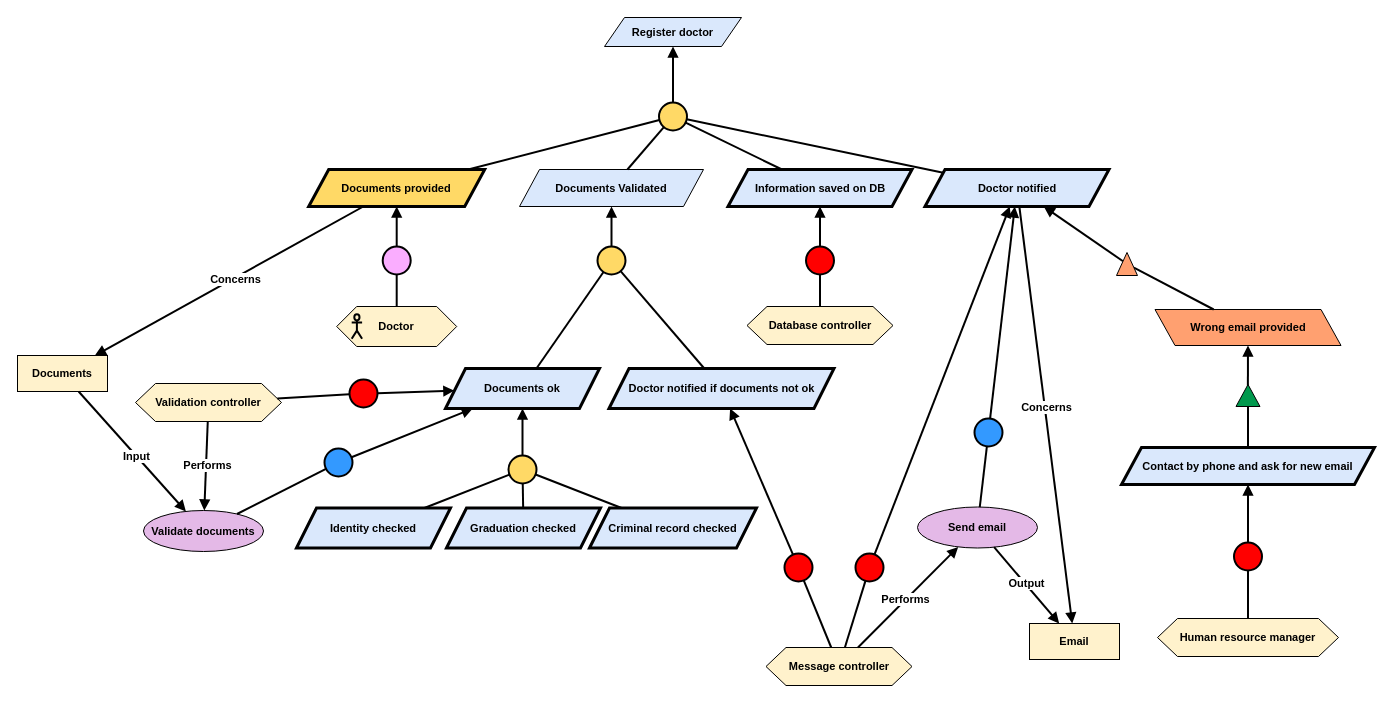
Before: Kaos/KAOS 2.drawio in RafaelCMira/myclinic-msp-project, a draw.io diagram. Source tidied: cells renumbered, new cells numbered last; positions are measured from the earlier drawing's top-left corner, leaving out a move shared by most shapes. Both pictures are drawn from the tidied source at 100%, with x=0, y=0 at pixel (17, 17).
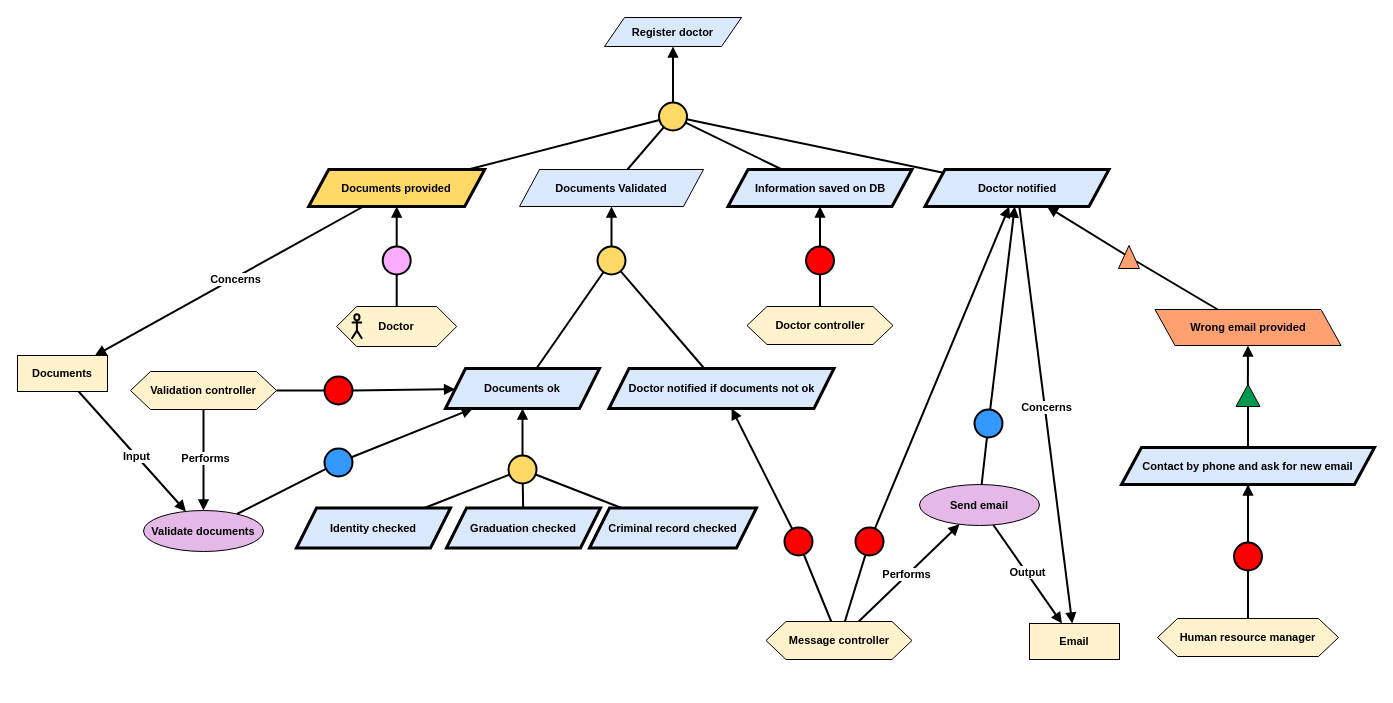
Above is the later version.

Change to the diagram source:
```diff
@@
     <mxCell id="15" value="&lt;div&gt;&lt;b&gt;Validation controller&lt;/b&gt;&lt;/div&gt;" style="shape=hexagon;perimeter=hexagonPerimeter2;whiteSpace=wrap;html=1;fixedSize=1;fillColor=#FFF2CC;fontFamily=Helvetica;fontSize=11;fontColor=default;labelBackgroundColor=none;" parent="1" vertex="1">
-      <mxGeometry x="118" y="366" width="146" height="38" as="geometry" />
+      <mxGeometry x="113" y="354" width="146" height="38" as="geometry" />
     </mxCell>
     <mxCell id="16" value="&lt;div&gt;&lt;b&gt;Message controller&lt;/b&gt;&lt;/div&gt;" style="shape=hexagon;perimeter=hexagonPerimeter2;whiteSpace=wrap;html=1;fixedSize=1;fillColor=#FFF2CC;fontFamily=Helvetica;fontSize=11;fontColor=default;labelBackgroundColor=none;" parent="1" vertex="1">
-      <mxGeometry x="748.5" y="630" width="146" height="38" as="geometry" />
+      <mxGeometry x="748.5" y="604" width="146" height="38" as="geometry" />
     </mxCell>
     <mxCell id="17" style="ellipse;whiteSpace=wrap;html=1;fillColor=#FF0000;strokeWidth=2;" parent="1" vertex="1">
-      <mxGeometry x="767" y="536" width="28" height="28" as="geometry" />
+      <mxGeometry x="767" y="510" width="28" height="28" as="geometry" />
     </mxCell>
@@
     <mxCell id="38" style="ellipse;whiteSpace=wrap;html=1;fillColor=#FF0000;strokeWidth=2;" parent="1" vertex="1">
-      <mxGeometry x="838" y="536" width="28" height="28" as="geometry" />
+      <mxGeometry x="838" y="510" width="28" height="28" as="geometry" />
     </mxCell>
@@
-    <mxCell id="41" value="&lt;div&gt;&lt;b&gt;Database controller&lt;/b&gt;&lt;/div&gt;" style="shape=hexagon;perimeter=hexagonPerimeter2;whiteSpace=wrap;html=1;fixedSize=1;fillColor=#FFF2CC;fontFamily=Helvetica;fontSize=11;fontColor=default;labelBackgroundColor=none;" parent="1" vertex="1">
+    <mxCell id="41" value="&lt;div&gt;&lt;b&gt;Doctor controller&lt;/b&gt;&lt;/div&gt;" style="shape=hexagon;perimeter=hexagonPerimeter2;whiteSpace=wrap;html=1;fixedSize=1;fillColor=#FFF2CC;fontFamily=Helvetica;fontSize=11;fontColor=default;labelBackgroundColor=none;" parent="1" vertex="1">
       <mxGeometry x="729.5" y="289" width="146" height="38" as="geometry" />
     </mxCell>
@@
     <mxCell id="48" style="triangle;whiteSpace=wrap;html=1;rotation=-90;fillColor=#FFA070;strokeColor=default;" parent="1" vertex="1">
-      <mxGeometry x="1098" y="236" width="23" height="21" as="geometry" />
+      <mxGeometry x="1100" y="229" width="23" height="21" as="geometry" />
     </mxCell>
@@
     <mxCell id="66" value="&lt;b&gt;Send email&lt;/b&gt;" style="ellipse;whiteSpace=wrap;html=1;fillColor=#E4B9E7;strokeColor=#000000;fontFamily=Helvetica;fontSize=11;fontColor=default;labelBackgroundColor=none;" parent="1" vertex="1">
-      <mxGeometry x="900" y="489.5" width="120" height="41" as="geometry" />
+      <mxGeometry x="902" y="467" width="120" height="41" as="geometry" />
     </mxCell>
@@
     <mxCell id="69" style="ellipse;whiteSpace=wrap;html=1;fillColor=#3399FF;strokeWidth=2;" parent="1" vertex="1">
-      <mxGeometry x="957" y="401" width="28" height="28" as="geometry" />
+      <mxGeometry x="957" y="392" width="28" height="28" as="geometry" />
     </mxCell>
@@
     <mxCell id="74" style="ellipse;whiteSpace=wrap;html=1;fillColor=#FF0000;strokeWidth=2;" parent="1" vertex="1">
-      <mxGeometry x="332" y="362" width="28" height="28" as="geometry" />
+      <mxGeometry x="307" y="359" width="28" height="28" as="geometry" />
     </mxCell>
```
